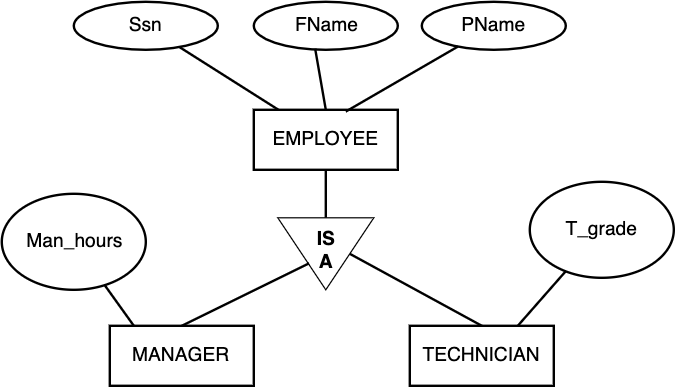
Above: img/conceptualdesign/generalization.png in petkorutesic/databases-slides (draw.io), before the change. Source tidied: cells renumbered, new cells last; positions are measured from the earlier drawing's top-left corner, leaving out a move shared by most shapes.
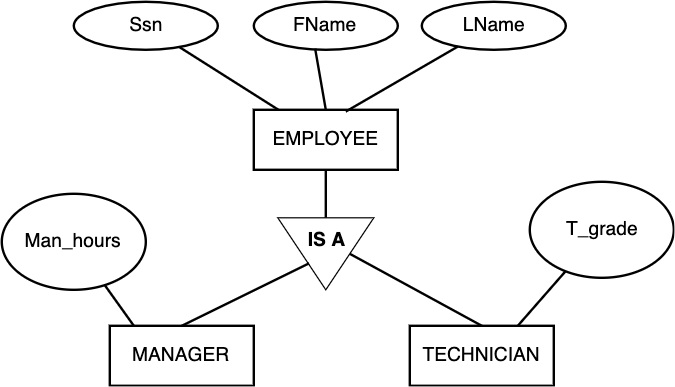
The same diagram one commit later.

Diff of the diagram source:
```diff
@@ -47,7 +47,7 @@
     <mxCell id="16" style="endArrow=none;html=1;strokeWidth=2;fontSize=16;entryX=0.426;entryY=0.976;entryDx=0;entryDy=0;entryPerimeter=0;exitX=0.5;exitY=0;exitDx=0;exitDy=0;" parent="1" edge="1" source="2" target="15">
       <mxGeometry relative="1" as="geometry" />
     </mxCell>
-    <mxCell id="17" value="PName" style="ellipse;whiteSpace=wrap;html=1;strokeWidth=2;fillColor=none;fontSize=16;fontStyle=0;" parent="1" vertex="1">
+    <mxCell id="17" value="LName" style="ellipse;whiteSpace=wrap;html=1;strokeWidth=2;fillColor=none;fontSize=16;fontStyle=0;" parent="1" vertex="1">
       <mxGeometry x="350" width="120" height="40" as="geometry" />
     </mxCell>
     <mxCell id="18" style="endArrow=none;html=1;strokeWidth=2;fontSize=16;exitX=0.639;exitY=0.029;exitDx=0;exitDy=0;exitPerimeter=0;" parent="1" edge="1" source="2" target="17">
```
